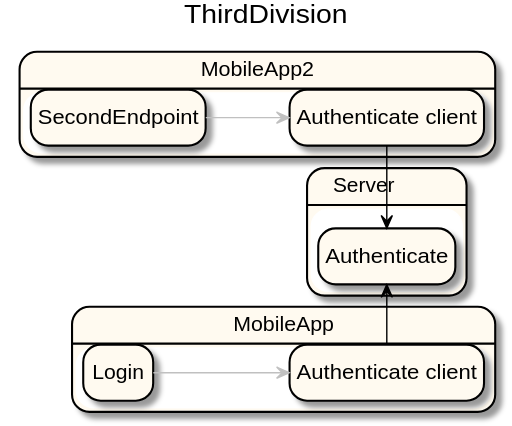
anz-bank/sysl-catalog keeps this PlantUML diagram as this/integrationepa.svg. Above is the earlier version.
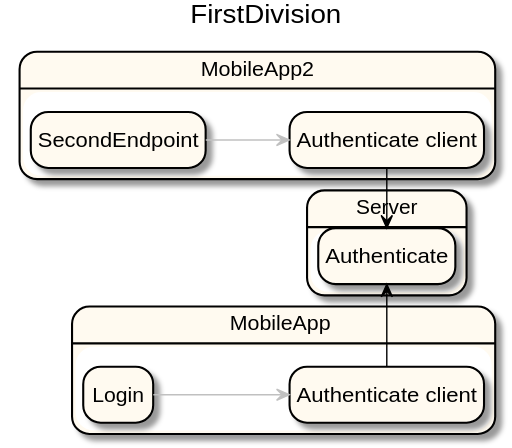
After the commit.

Change to the diagram source:
```diff
@@ -1,5 +1,5 @@
 @startuml
-title ThirdDivision
+title FirstDivision
 left to right direction
 scale max 16384 height
 hide empty description
@@ -8,16 +8,16 @@
   BorderColor Black
   ArrowColor Crimson
 }
-state "MobileApp" as X_0 {
-  state "Authenticate client" as _0
-  state "Login" as _1
+state "MobileApp" as X_0 <<highlight>> {
+  state "Authenticate client" as _0 <<highlight>>
+  state "Login" as _1 <<highlight>>
 }
-state "MobileApp2" as X_1 {
-  state "Authenticate client" as _2
-  state "SecondEndpoint" as _3
+state "MobileApp2" as X_1 <<highlight>> {
+  state "Authenticate client" as _2 <<highlight>>
+  state "SecondEndpoint" as _3 <<highlight>>
 }
-state "Server" as X_2 <<highlight>> {
-  state "Authenticate" as _4 <<highlight>>
+state "Server" as X_2 {
+  state "Authenticate" as _4
 }
 _1 -[#silver]-> _0
 _0 -[#black]> _4
```
